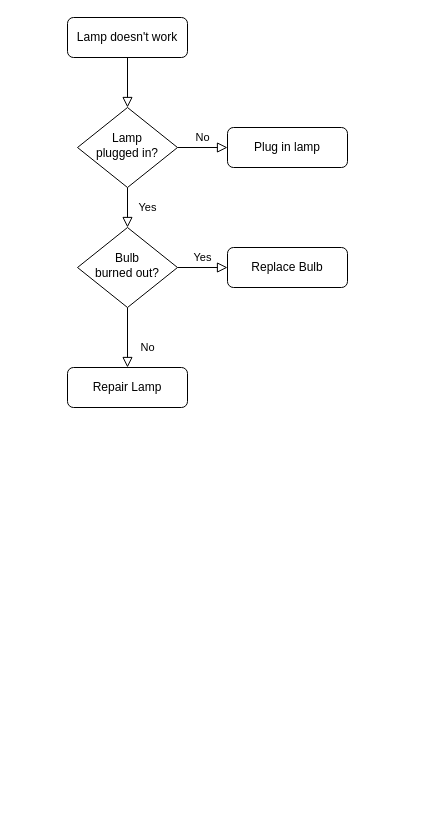
Above: Untitled Diagram.drawio in dxdat1510/thaoluan (draw.io), before the change. Source tidied: cells renumbered, new cells numbered last; positions are measured from the earlier drawing's top-left corner, leaving out a move shared by most shapes. Both pictures are drawn from the tidied source at 100%, with x=0, y=0 at pixel (67, 17).
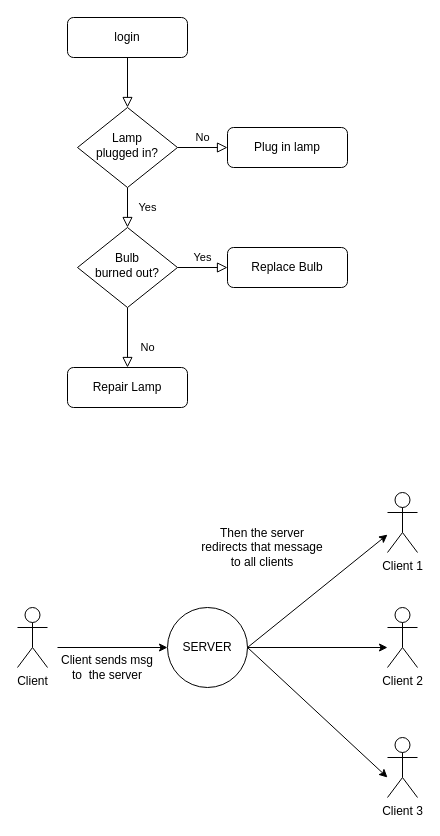
Above is the later version.

Diff of the diagram source:
```diff
@@
-    <mxCell id="3" value="Lamp doesn't work" style="rounded=1;whiteSpace=wrap;html=1;fontSize=12;glass=0;strokeWidth=1;shadow=0;" parent="1" vertex="1">
+    <mxCell id="3" value="login" style="rounded=1;whiteSpace=wrap;html=1;fontSize=12;glass=0;strokeWidth=1;shadow=0;" parent="1" vertex="1">
       <mxGeometry width="120" height="40" as="geometry" />
     </mxCell>
@@
+    <mxCell id="13" value="Client" style="shape=umlActor;verticalLabelPosition=bottom;verticalAlign=top;html=1;" parent="1" vertex="1">
+      <mxGeometry x="-50" y="590" width="30" height="60" as="geometry" />
+    </mxCell>
+    <mxCell id="14" style="endArrow=classic;html=1;" parent="1" edge="1" target="15">
+      <mxGeometry relative="1" as="geometry">
+        <mxPoint x="-10" y="630" as="sourcePoint" />
+      </mxGeometry>
+    </mxCell>
+    <mxCell id="15" value="SERVER" style="ellipse;whiteSpace=wrap;html=1;" parent="1" vertex="1">
+      <mxGeometry x="100" y="590" width="80" height="80" as="geometry" />
+    </mxCell>
+    <mxCell id="16" style="endArrow=classic;html=1;" parent="1" edge="1" target="17">
+      <mxGeometry relative="1" as="geometry">
+        <mxPoint x="180" y="630" as="sourcePoint" />
+      </mxGeometry>
+    </mxCell>
+    <mxCell id="17" value="Client 1" style="shape=umlActor;verticalLabelPosition=bottom;verticalAlign=top;html=1;outlineConnect=0;" parent="1" vertex="1">
+      <mxGeometry x="320" y="475" width="30" height="60" as="geometry" />
+    </mxCell>
+    <mxCell id="18" style="endArrow=classic;html=1;exitX=1;exitY=0.5;exitDx=0;exitDy=0;" parent="1" edge="1" source="15">
+      <mxGeometry relative="1" as="geometry">
+        <mxPoint x="320" y="630" as="targetPoint" />
+      </mxGeometry>
+    </mxCell>
+    <mxCell id="19" value="Client 2" style="shape=umlActor;verticalLabelPosition=bottom;verticalAlign=top;html=1;" parent="1" vertex="1">
+      <mxGeometry x="320" y="590" width="30" height="60" as="geometry" />
+    </mxCell>
+    <mxCell id="20" style="endArrow=classic;html=1;exitX=1;exitY=0.5;exitDx=0;exitDy=0;" parent="1" edge="1" source="15">
+      <mxGeometry relative="1" as="geometry">
+        <mxPoint x="320" y="760" as="targetPoint" />
+      </mxGeometry>
+    </mxCell>
+    <mxCell id="21" value="Client 3" style="shape=umlActor;verticalLabelPosition=bottom;verticalAlign=top;html=1;" parent="1" vertex="1">
+      <mxGeometry x="320" y="720" width="30" height="60" as="geometry" />
+    </mxCell>
+    <mxCell id="22" value="Client sends msg to&amp;nbsp; the server" style="text;html=1;strokeColor=none;fillColor=none;align=center;verticalAlign=middle;whiteSpace=wrap;rounded=0;" parent="1" vertex="1">
+      <mxGeometry x="-10" y="620" width="100" height="60" as="geometry" />
+    </mxCell>
+    <mxCell id="23" value="Then the server redirects that message to all clients" style="text;html=1;strokeColor=none;fillColor=none;align=center;verticalAlign=middle;whiteSpace=wrap;rounded=0;" parent="1" vertex="1">
+      <mxGeometry x="130" y="510" width="130" height="40" as="geometry" />
+    </mxCell>
```
